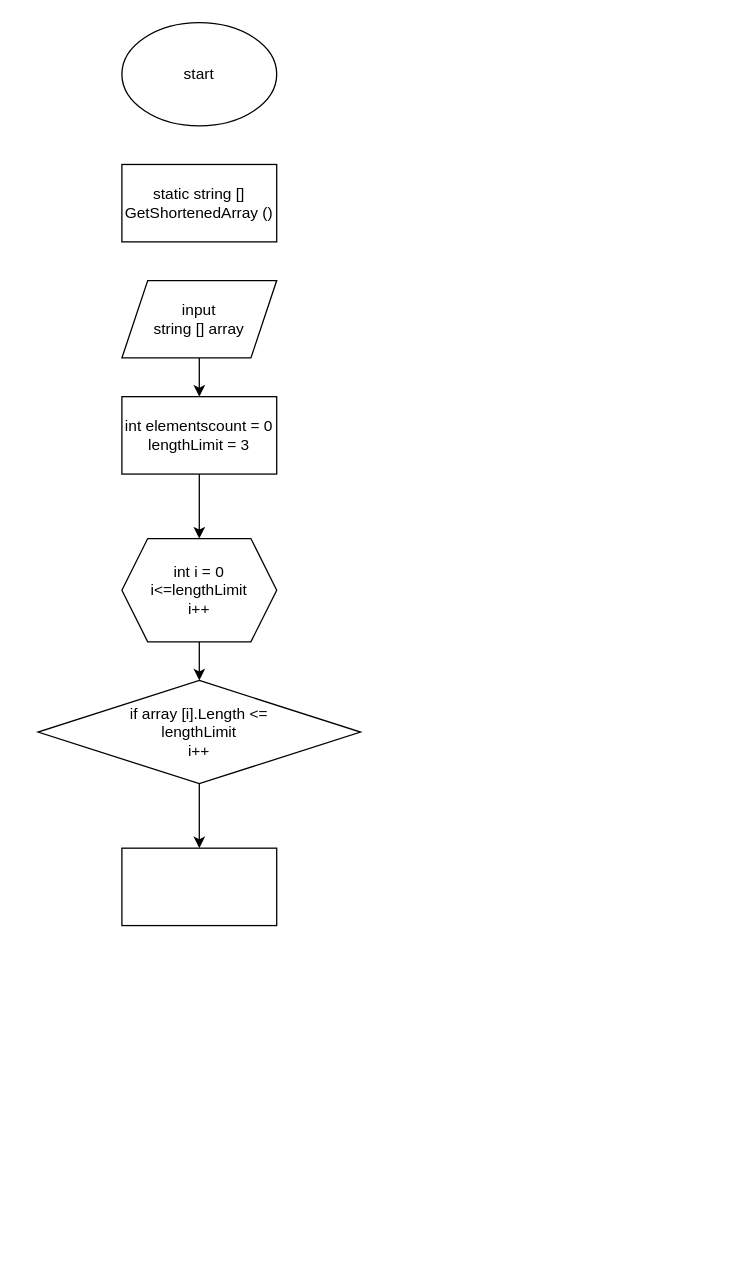
The draw.io diagram scheme.drawio in Kimskaya/FinalTestWork, before the edit. Source tidied: cells renumbered, new cells numbered last; positions are measured from the earlier drawing's top-left corner, leaving out a move shared by most shapes. Both pictures are drawn from the tidied source at 129%, with x=0, y=0 at pixel (37, 22).
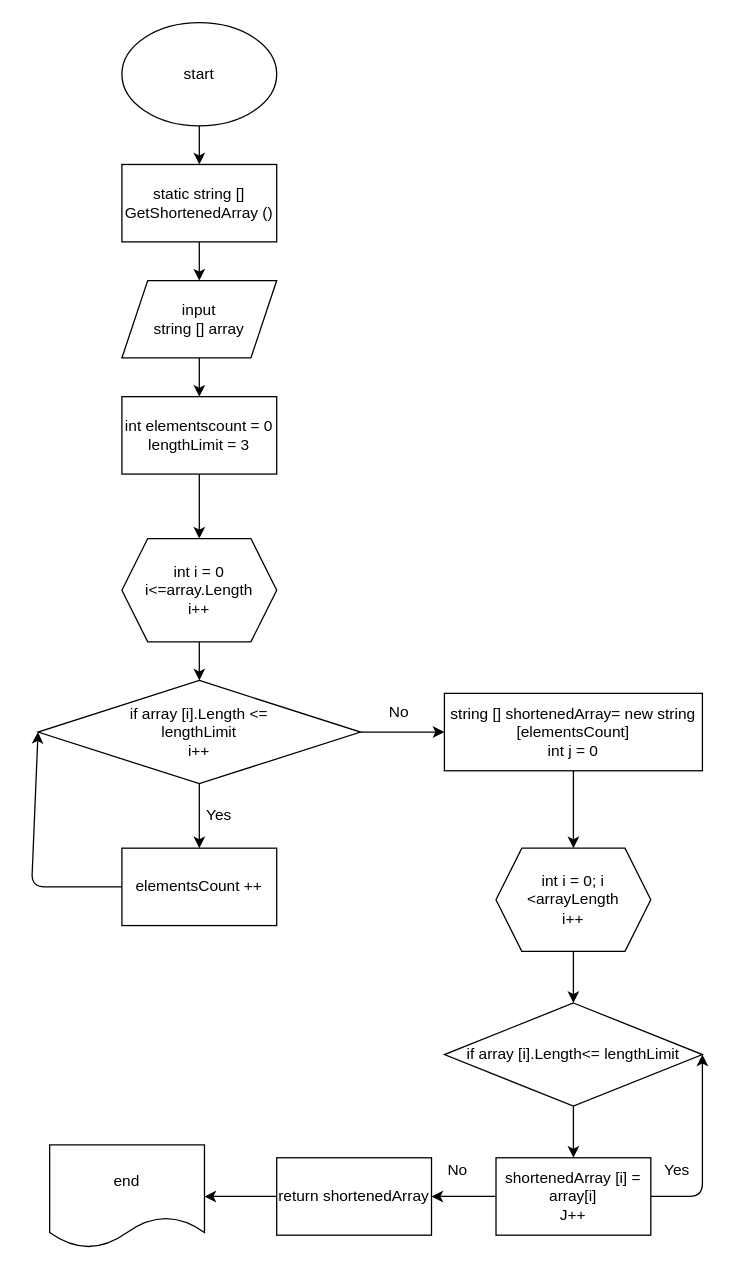
After the change.

The change refers to these unchanged cells:
```xml
<mxCell id="2" value="start" style="ellipse;whiteSpace=wrap;html=1;" parent="1" vertex="1">
  <mxGeometry x="65" width="120" height="80" as="geometry" />
</mxCell>
<mxCell id="3" value="static string []&lt;br&gt;GetShortenedArray ()" style="rounded=0;whiteSpace=wrap;html=1;" parent="1" vertex="1">
  <mxGeometry x="65" y="110" width="120" height="60" as="geometry" />
</mxCell>
<mxCell id="5" value="input&lt;br&gt;string [] array" style="shape=parallelogram;perimeter=parallelogramPerimeter;whiteSpace=wrap;html=1;fixedSize=1;" parent="1" vertex="1">
  <mxGeometry x="65" y="200" width="120" height="60" as="geometry" />
</mxCell>
<mxCell id="11" value="if array [i].Length &amp;lt;=&lt;br&gt;lengthLimit&lt;br&gt;i++" style="rhombus;whiteSpace=wrap;html=1;" parent="1" vertex="1">
  <mxGeometry y="510" width="250" height="80" as="geometry" />
</mxCell>
```

What changed in the source:
```diff
@@
+    <mxCell id="13" style="edgeStyle=none;html=1;exitX=0.5;exitY=1;exitDx=0;exitDy=0;entryX=0.5;entryY=0;entryDx=0;entryDy=0;" parent="1" edge="1" source="2" target="3">
+      <mxGeometry relative="1" as="geometry" />
+    </mxCell>
@@
+    <mxCell id="14" style="edgeStyle=none;html=1;" parent="1" edge="1" source="3" target="5">
+      <mxGeometry relative="1" as="geometry" />
+    </mxCell>
@@
-    <mxCell id="7" value="int i = 0&lt;br&gt;i&amp;lt;=lengthLimit&lt;br&gt;i++" style="shape=hexagon;perimeter=hexagonPerimeter2;whiteSpace=wrap;html=1;fixedSize=1;" parent="1" vertex="1">
+    <mxCell id="7" value="int i = 0&lt;br&gt;i&amp;lt;=array.Length&lt;br&gt;i++" style="shape=hexagon;perimeter=hexagonPerimeter2;whiteSpace=wrap;html=1;fixedSize=1;" parent="1" vertex="1">
       <mxGeometry x="65" y="400" width="120" height="80" as="geometry" />
     </mxCell>
@@
+    <mxCell id="15" style="edgeStyle=none;html=1;exitX=1;exitY=0.5;exitDx=0;exitDy=0;entryX=0;entryY=0.5;entryDx=0;entryDy=0;" parent="1" edge="1" source="11" target="19">
+      <mxGeometry relative="1" as="geometry" />
+    </mxCell>
@@
+    <mxCell id="16" style="edgeStyle=none;html=1;exitX=0;exitY=0.5;exitDx=0;exitDy=0;entryX=0;entryY=0.5;entryDx=0;entryDy=0;" parent="1" edge="1" source="12" target="11">
+      <mxGeometry relative="1" as="geometry">
+        <Array as="points">
+          <mxPoint x="-5" y="670" />
+        </Array>
+      </mxGeometry>
+    </mxCell>
-    <mxCell id="12" style="rounded=0;whiteSpace=wrap;html=1;" parent="1" vertex="1">
+    <mxCell id="12" value="elementsCount ++" style="rounded=0;whiteSpace=wrap;html=1;" parent="1" vertex="1">
       <mxGeometry x="65" y="640" width="120" height="60" as="geometry" />
     </mxCell>
+    <mxCell id="17" value="Yes" style="text;html=1;align=center;verticalAlign=middle;strokeColor=none;fillColor=none;" parent="1" vertex="1">
+      <mxGeometry x="120" y="600" width="40" height="30" as="geometry" />
+    </mxCell>
+    <mxCell id="18" style="edgeStyle=none;html=1;exitX=0.5;exitY=1;exitDx=0;exitDy=0;entryX=0.5;entryY=0;entryDx=0;entryDy=0;" parent="1" edge="1" source="19" target="22">
+      <mxGeometry relative="1" as="geometry" />
+    </mxCell>
+    <mxCell id="19" value="string [] shortenedArray= new string [elementsCount]&lt;br&gt;int j = 0" style="rounded=0;whiteSpace=wrap;html=1;" parent="1" vertex="1">
+      <mxGeometry x="315" y="520" width="200" height="60" as="geometry" />
+    </mxCell>
+    <mxCell id="20" value="No" style="text;html=1;strokeColor=none;fillColor=none;align=center;verticalAlign=middle;whiteSpace=wrap;rounded=0;" parent="1" vertex="1">
+      <mxGeometry x="250" y="520" width="60" height="30" as="geometry" />
+    </mxCell>
+    <mxCell id="21" style="edgeStyle=none;html=1;exitX=0.5;exitY=1;exitDx=0;exitDy=0;entryX=0.5;entryY=0;entryDx=0;entryDy=0;" parent="1" edge="1" source="22" target="24">
+      <mxGeometry relative="1" as="geometry" />
+    </mxCell>
+    <mxCell id="22" value="int i = 0; i &amp;lt;arrayLength&lt;br&gt;i++" style="shape=hexagon;perimeter=hexagonPerimeter2;whiteSpace=wrap;html=1;fixedSize=1;" parent="1" vertex="1">
+      <mxGeometry x="355" y="640" width="120" height="80" as="geometry" />
+    </mxCell>
+    <mxCell id="23" style="edgeStyle=none;html=1;exitX=0.5;exitY=1;exitDx=0;exitDy=0;entryX=0.5;entryY=0;entryDx=0;entryDy=0;" parent="1" edge="1" source="24" target="27">
+      <mxGeometry relative="1" as="geometry" />
+    </mxCell>
+    <mxCell id="24" value="if array [i].Length&amp;lt;= lengthLimit" style="rhombus;whiteSpace=wrap;html=1;" parent="1" vertex="1">
+      <mxGeometry x="315" y="760" width="200" height="80" as="geometry" />
+    </mxCell>
+    <mxCell id="25" style="edgeStyle=none;html=1;exitX=1;exitY=0.5;exitDx=0;exitDy=0;entryX=1;entryY=0.5;entryDx=0;entryDy=0;" parent="1" edge="1" source="27" target="24">
+      <mxGeometry relative="1" as="geometry">
+        <Array as="points">
+          <mxPoint x="515" y="910" />
+        </Array>
+      </mxGeometry>
+    </mxCell>
+    <mxCell id="26" style="edgeStyle=none;html=1;exitX=0;exitY=0.5;exitDx=0;exitDy=0;entryX=1;entryY=0.5;entryDx=0;entryDy=0;" parent="1" edge="1" source="27" target="30">
+      <mxGeometry relative="1" as="geometry" />
+    </mxCell>
+    <mxCell id="27" value="shortenedArray [i] = array[i]&lt;br&gt;J++" style="rounded=0;whiteSpace=wrap;html=1;" parent="1" vertex="1">
+      <mxGeometry x="355" y="880" width="120" height="60" as="geometry" />
+    </mxCell>
+    <mxCell id="28" value="Yes" style="text;html=1;align=center;verticalAlign=middle;strokeColor=none;fillColor=none;" parent="1" vertex="1">
+      <mxGeometry x="475" y="875" width="40" height="30" as="geometry" />
+    </mxCell>
+    <mxCell id="29" style="edgeStyle=none;html=1;exitX=0;exitY=0.5;exitDx=0;exitDy=0;entryX=1;entryY=0.5;entryDx=0;entryDy=0;" parent="1" edge="1" source="30" target="32">
+      <mxGeometry relative="1" as="geometry" />
+    </mxCell>
+    <mxCell id="30" value="return shortenedArray" style="rounded=0;whiteSpace=wrap;html=1;" parent="1" vertex="1">
+      <mxGeometry x="185" y="880" width="120" height="60" as="geometry" />
+    </mxCell>
+    <mxCell id="31" value="No" style="text;html=1;align=center;verticalAlign=middle;strokeColor=none;fillColor=none;" parent="1" vertex="1">
+      <mxGeometry x="305" y="875" width="40" height="30" as="geometry" />
+    </mxCell>
+    <mxCell id="32" value="end" style="shape=document;whiteSpace=wrap;html=1;boundedLbl=1;" parent="1" vertex="1">
+      <mxGeometry x="9" y="870" width="120" height="80" as="geometry" />
+    </mxCell>
```
